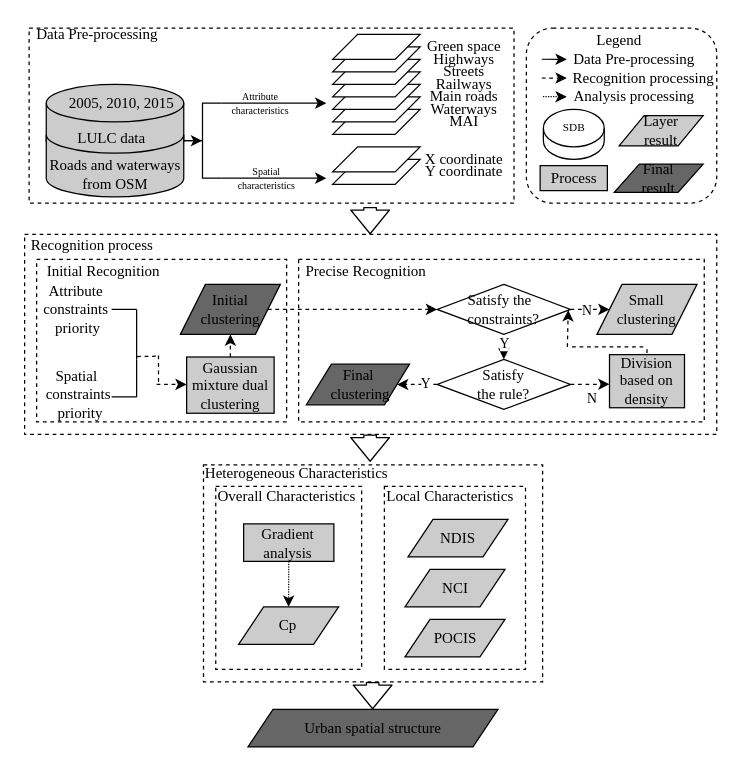
Above: Untitled Diagram.drawio in xiaotongtongxue/flowChar (draw.io), before the change. Source tidied: cells renumbered, new cells numbered last; positions are measured from the earlier drawing's top-left corner, leaving out a move shared by most shapes. Both pictures are drawn from the tidied source at 125%, with x=0, y=0 at pixel (20, 21).
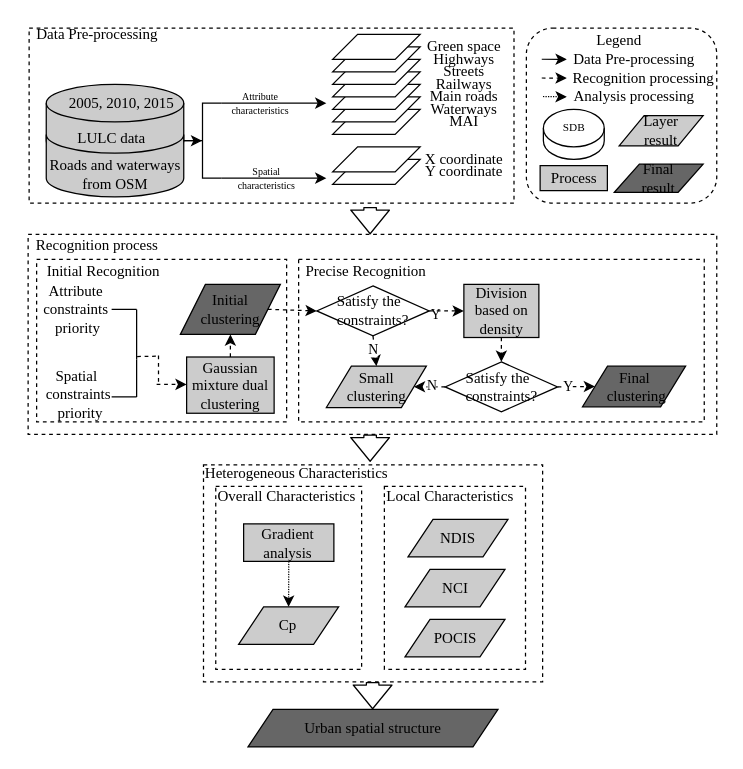
After the change.

Change to the diagram source:
```diff
@@
+    <mxCell id="6" style="rounded=0;whiteSpace=wrap;html=1;dashed=1;fillColor=none;" parent="1" vertex="1">
+      <mxGeometry x="222.4" y="190" width="324.5" height="130" as="geometry" />
+    </mxCell>
     <mxCell id="2" style="rounded=0;whiteSpace=wrap;html=1;dashed=1;fillColor=none;" parent="1" vertex="1">
-      <mxGeometry x="3.2" y="170" width="553.7" height="160" as="geometry" />
+      <mxGeometry x="6" y="170" width="550.9" height="160" as="geometry" />
     </mxCell>
@@
-    <mxCell id="6" style="rounded=0;whiteSpace=wrap;html=1;dashed=1;fillColor=none;" parent="1" vertex="1">
-      <mxGeometry x="222.4" y="190" width="324.5" height="130" as="geometry" />
-    </mxCell>
@@
     <mxCell id="35" value="Satisfy the &amp;nbsp;&lt;br&gt;constraints?" style="rhombus;whiteSpace=wrap;html=1;strokeWidth=1;fontFamily=Times New Roman;fontColor=#000000;" parent="1" vertex="1">
-      <mxGeometry x="333.2" y="210" width="106.7" height="40" as="geometry" />
+      <mxGeometry x="236.9" y="211.2" width="90" height="40" as="geometry" />
     </mxCell>
-    <mxCell id="36" style="endArrow=classic;html=1;fontFamily=Times New Roman;dashed=1;exitX=1;exitY=0.5;exitDx=0;exitDy=0;entryX=0;entryY=0.5;entryDx=0;entryDy=0;" parent="1" edge="1" source="35" target="38">
+    <mxCell id="36" style="endArrow=classic;html=1;fontFamily=Times New Roman;dashed=1;exitX=0.5;exitY=1;exitDx=0;exitDy=0;entryX=0.5;entryY=0;entryDx=0;entryDy=0;" parent="1" edge="1" source="35" target="38">
       <mxGeometry relative="1" as="geometry" />
     </mxCell>
     <mxCell id="37" value="N&lt;br&gt;" style="edgeLabel;html=1;align=center;verticalAlign=middle;fontFamily=Times New Roman;fontColor=#000000;" parent="36" vertex="1">
       <mxGeometry x="-0.45" relative="1" as="geometry">
-        <mxPoint x="4" as="offset" />
+        <mxPoint x="-1" y="3" as="offset" />
       </mxGeometry>
     </mxCell>
     <mxCell id="38" value="Small clustering" style="shape=parallelogram;perimeter=parallelogramPerimeter;whiteSpace=wrap;html=1;fixedSize=1;strokeWidth=1;fontFamily=Times New Roman;fontColor=#000000;fillColor=#CCCCCC;" parent="1" vertex="1">
-      <mxGeometry x="461.1" y="210" width="80" height="40" as="geometry" />
+      <mxGeometry x="244.6" y="275.4" width="80" height="33.1" as="geometry" />
     </mxCell>
-    <mxCell id="39" style="endArrow=classic;html=1;fontFamily=Times New Roman;dashed=1;exitX=0.5;exitY=1;exitDx=0;exitDy=0;entryX=0.5;entryY=0;entryDx=0;entryDy=0;" parent="1" edge="1" source="35" target="41">
-      <mxGeometry relative="1" as="geometry" />
-    </mxCell>
-    <mxCell id="40" value="Y&lt;br&gt;" style="edgeLabel;html=1;align=center;verticalAlign=middle;fontFamily=Times New Roman;fontColor=#000000;" parent="39" vertex="1">
-      <mxGeometry x="-0.45" relative="1" as="geometry" />
-    </mxCell>
-    <mxCell id="41" value="Satisfy &lt;br&gt;the rule?" style="rhombus;whiteSpace=wrap;html=1;strokeWidth=1;fontFamily=Times New Roman;fontColor=#000000;" parent="1" vertex="1">
-      <mxGeometry x="333.2" y="270" width="106.7" height="40" as="geometry" />
+    <mxCell id="41" value="Satisfy the &amp;nbsp;&lt;br&gt;constraints?" style="rhombus;whiteSpace=wrap;html=1;strokeWidth=1;fontFamily=Times New Roman;fontColor=#000000;" parent="1" vertex="1">
+      <mxGeometry x="339.6" y="272" width="90" height="40" as="geometry" />
     </mxCell>
-    <mxCell id="42" style="endArrow=classic;html=1;fontFamily=Times New Roman;dashed=1;exitX=0;exitY=0.5;exitDx=0;exitDy=0;entryX=1;entryY=0.5;entryDx=0;entryDy=0;" parent="1" edge="1" source="41" target="43">
-      <mxGeometry relative="1" as="geometry" />
-    </mxCell>
-    <mxCell id="43" value="Final&lt;br&gt;&amp;nbsp;clustering" style="shape=parallelogram;perimeter=parallelogramPerimeter;whiteSpace=wrap;html=1;fixedSize=1;strokeWidth=1;fontFamily=Times New Roman;fontColor=#000000;fillColor=#666666;" parent="1" vertex="1">
-      <mxGeometry x="228.6" y="273.8" width="82.5" height="32.5" as="geometry" />
-    </mxCell>
@@
-    <mxCell id="64" style="endArrow=classic;html=1;fontFamily=Times New Roman;dashed=1;entryX=0.983;entryY=0.515;entryDx=0;entryDy=0;entryPerimeter=0;" parent="1" edge="1" target="35">
-      <mxGeometry relative="1" as="geometry">
-        <mxPoint x="437.4" y="260" as="sourcePoint" />
-      </mxGeometry>
-    </mxCell>
-    <mxCell id="65" style="line;strokeWidth=1;direction=south;html=1;perimeter=backbonePerimeter;shadow=0;dashed=1;fillColor=none;rotation=90;" parent="1" vertex="1">
-      <mxGeometry x="463.3" y="230.1" width="10" height="59.7" as="geometry" />
-    </mxCell>
@@
     <mxCell id="70" value="&lt;div style=&quot;font-family: &amp;#34;times new roman&amp;#34;&quot;&gt;Division&lt;/div&gt;&lt;div style=&quot;font-family: &amp;#34;times new roman&amp;#34;&quot;&gt;based on&lt;/div&gt;&lt;div style=&quot;font-family: &amp;#34;times new roman&amp;#34;&quot;&gt;density&lt;/div&gt;" style="rounded=0;whiteSpace=wrap;html=1;fillColor=#CCCCCC;" parent="1" vertex="1">
-      <mxGeometry x="471.1" y="266.2" width="60" height="42.5" as="geometry" />
+      <mxGeometry x="354.6" y="210" width="60" height="42.5" as="geometry" />
     </mxCell>
-    <mxCell id="71" style="line;strokeWidth=1;direction=south;html=1;perimeter=backbonePerimeter;shadow=0;dashed=1;fillColor=none;" parent="1" vertex="1">
-      <mxGeometry x="499.4" y="261.9" width="3.4" height="6.2" as="geometry" />
-    </mxCell>
-    <mxCell id="72" style="endArrow=classic;html=1;fontFamily=Times New Roman;dashed=1;exitX=1;exitY=0.5;exitDx=0;exitDy=0;entryX=0;entryY=0.557;entryDx=0;entryDy=0;entryPerimeter=0;" parent="1" edge="1" source="41" target="70">
-      <mxGeometry relative="1" as="geometry" />
-    </mxCell>
-    <mxCell id="73" value="N&lt;br&gt;" style="edgeLabel;html=1;align=center;verticalAlign=middle;fontFamily=Times New Roman;fontColor=#000000;" parent="1" vertex="1">
-      <mxGeometry x="456.1" y="300" as="geometry" />
-    </mxCell>
@@
     <mxCell id="86" value="&amp;nbsp;&lt;br&gt;Recognition process" style="text;html=1;strokeColor=none;fillColor=none;align=center;verticalAlign=middle;whiteSpace=wrap;rounded=0;fontFamily=Times New Roman;" parent="1" vertex="1">
-      <mxGeometry x="3.2" y="170" width="108.8" as="geometry" />
+      <mxGeometry x="6.8" y="170" width="108.8" as="geometry" />
     </mxCell>
@@
     <mxCell id="94" value="Y&lt;br&gt;" style="edgeLabel;html=1;align=center;verticalAlign=middle;fontFamily=Times New Roman;fontColor=#000000;" parent="1" vertex="1">
-      <mxGeometry x="396.5" y="265.7" as="geometry">
+      <mxGeometry x="404.6" y="210" as="geometry">
         <mxPoint x="-73" y="23" as="offset" />
       </mxGeometry>
     </mxCell>
+    <mxCell id="42" style="endArrow=classic;html=1;fontFamily=Times New Roman;dashed=1;exitX=1;exitY=0.5;exitDx=0;exitDy=0;entryX=0;entryY=0.5;entryDx=0;entryDy=0;" parent="1" edge="1" source="41" target="43">
+      <mxGeometry relative="1" as="geometry" />
+    </mxCell>
+    <mxCell id="43" value="Final&lt;br&gt;&amp;nbsp;clustering" style="shape=parallelogram;perimeter=parallelogramPerimeter;whiteSpace=wrap;html=1;fixedSize=1;strokeWidth=1;fontFamily=Times New Roman;fontColor=#000000;fillColor=#666666;" parent="1" vertex="1">
+      <mxGeometry x="449.5" y="275.4" width="82.5" height="32.5" as="geometry" />
+    </mxCell>
+    <mxCell id="95" style="endArrow=classic;html=1;fontFamily=Times New Roman;dashed=1;exitX=1;exitY=0.5;exitDx=0;exitDy=0;entryX=0;entryY=0.5;entryDx=0;entryDy=0;" parent="1" edge="1" source="35" target="70">
+      <mxGeometry relative="1" as="geometry" />
+    </mxCell>
+    <mxCell id="96" style="endArrow=classic;html=1;fontFamily=Times New Roman;dashed=1;exitX=0.5;exitY=1;exitDx=0;exitDy=0;entryX=0.5;entryY=0;entryDx=0;entryDy=0;" parent="1" edge="1" source="70" target="41">
+      <mxGeometry relative="1" as="geometry" />
+    </mxCell>
+    <mxCell id="97" style="endArrow=classic;html=1;fontFamily=Times New Roman;dashed=1;exitX=0;exitY=0.5;exitDx=0;exitDy=0;entryX=1;entryY=0.5;entryDx=0;entryDy=0;" parent="1" edge="1" source="41" target="38">
+      <mxGeometry relative="1" as="geometry" />
+    </mxCell>
+    <mxCell id="73" value="N&lt;br&gt;" style="edgeLabel;html=1;align=center;verticalAlign=middle;fontFamily=Times New Roman;fontColor=#000000;" parent="1" vertex="1">
+      <mxGeometry x="449.5" y="313.1" as="geometry">
+        <mxPoint x="-121" y="-23" as="offset" />
+      </mxGeometry>
+    </mxCell>
+    <mxCell id="40" value="Y&lt;br&gt;" style="edgeLabel;html=1;align=center;verticalAlign=middle;fontFamily=Times New Roman;fontColor=#000000;" parent="1" vertex="1">
+      <mxGeometry x="510.5" y="268.1" as="geometry">
+        <mxPoint x="-73" y="23" as="offset" />
+      </mxGeometry>
+    </mxCell>
```
